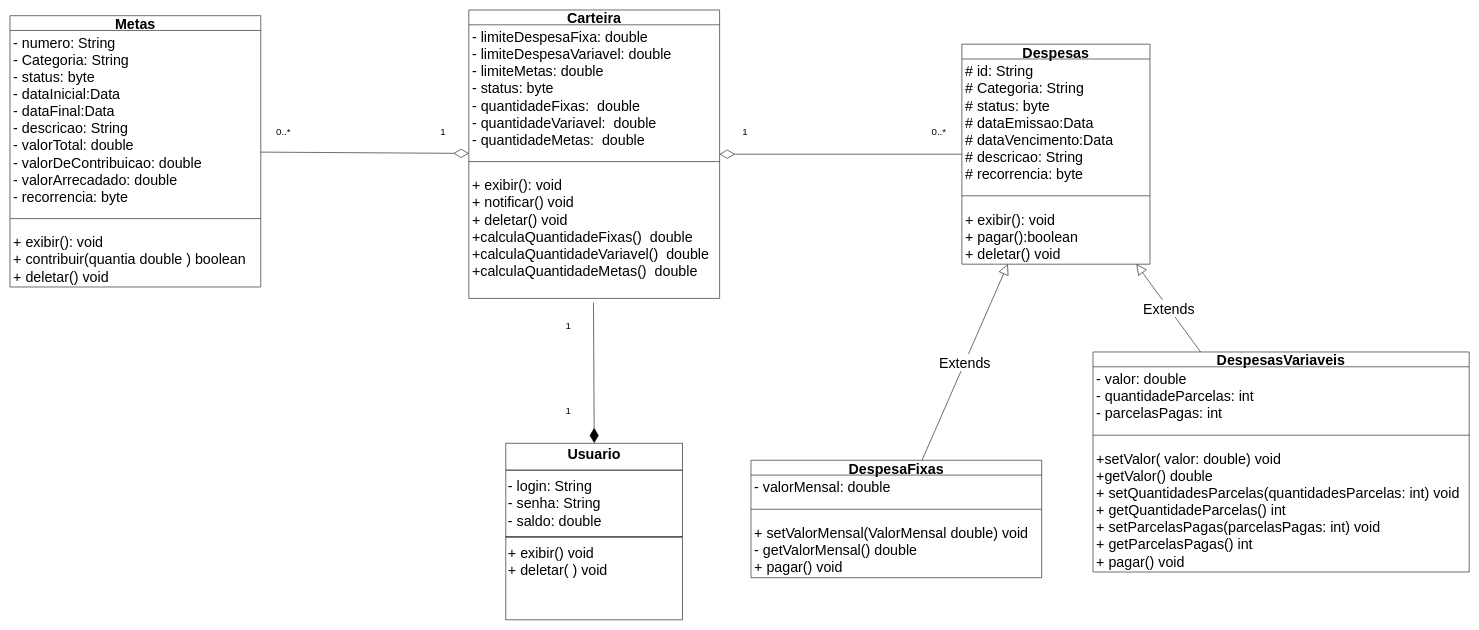
Earlier version of the draw.io diagram Diagrama de classe Controle-Financeiro.drawio (josevictoraraujorojas/Controle-Financeiro). Source tidied: cells renumbered, new cells numbered last; positions are measured from the earlier drawing's top-left corner, leaving out a move shared by most shapes. Both pictures are drawn from the tidied source at 57%, with x=0, y=0 at pixel (10, 10).
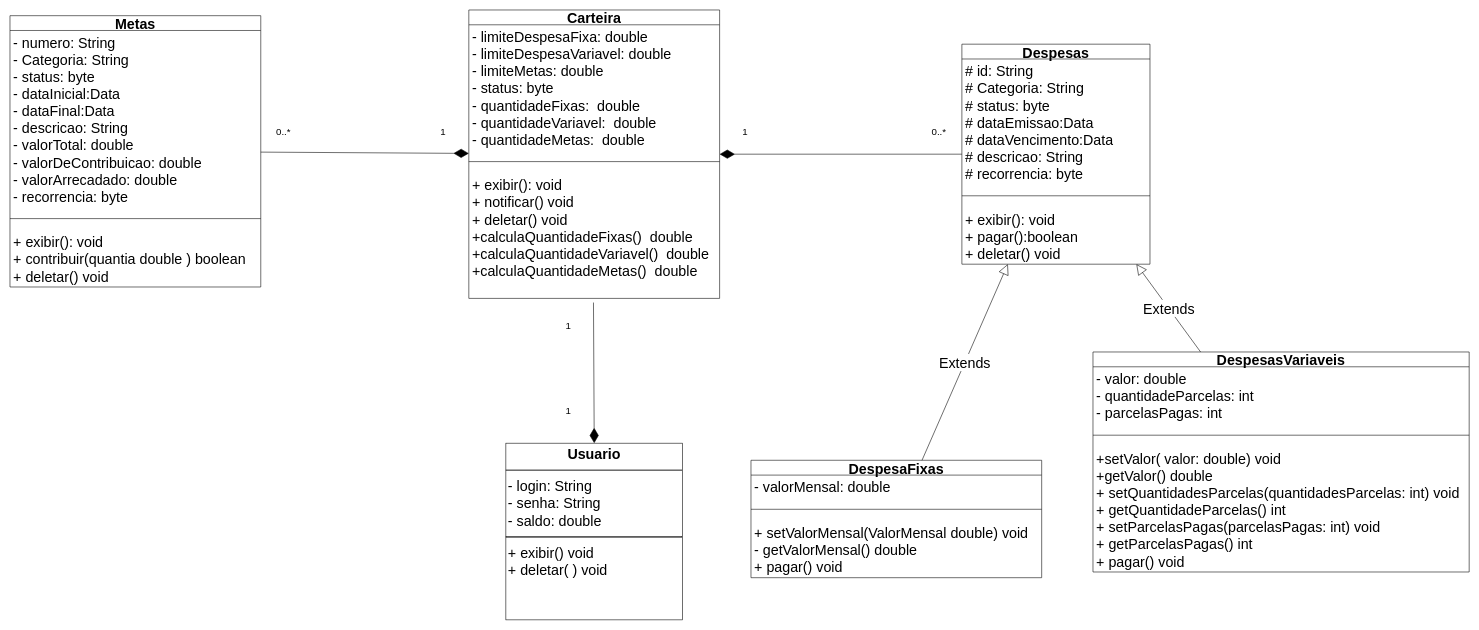
The same diagram, later.

Unchanged cells that the change refers to:
```xml
<mxCell id="3" value="Despesas" style="swimlane;fontStyle=1;align=center;verticalAlign=top;horizontal=1;startSize=26;whiteSpace=wrap;html=1;fontSize=25;spacingTop=-7;" parent="1" vertex="1">
  <mxGeometry x="1670" y="60" width="330" height="386" as="geometry" />
</mxCell>
<mxCell id="15" value="Metas" style="swimlane;fontStyle=1;align=center;verticalAlign=top;horizontal=1;startSize=26;whiteSpace=wrap;html=1;fontSize=25;spacingTop=-7;" parent="1" vertex="1">
  <mxGeometry y="10" width="440" height="476" as="geometry" />
</mxCell>
<mxCell id="19" value="Carteira" style="swimlane;fontStyle=1;align=center;verticalAlign=top;horizontal=1;startSize=26;whiteSpace=wrap;html=1;fontSize=25;spacingTop=-7;" parent="1" vertex="1">
  <mxGeometry x="805" width="440" height="506" as="geometry" />
</mxCell>
```

What changed in the source:
```diff
@@
-    <mxCell id="24" style="endArrow=diamondThin;endFill=0;endSize=24;html=1;rounded=0;fontSize=25;" parent="1" edge="1" source="15" target="19">
+    <mxCell id="24" style="endArrow=diamondThin;endFill=1;endSize=24;html=1;rounded=0;fontSize=25;" parent="1" edge="1" source="15" target="19">
       <mxGeometry relative="1" as="geometry" />
     </mxCell>
-    <mxCell id="25" style="endArrow=diamondThin;endFill=0;endSize=24;html=1;rounded=0;fontSize=25;" parent="1" edge="1" source="3" target="19">
+    <mxCell id="25" style="endArrow=diamondThin;endFill=1;endSize=24;html=1;rounded=0;fontSize=25;" parent="1" edge="1" source="3" target="19">
       <mxGeometry relative="1" as="geometry" />
     </mxCell>
```
